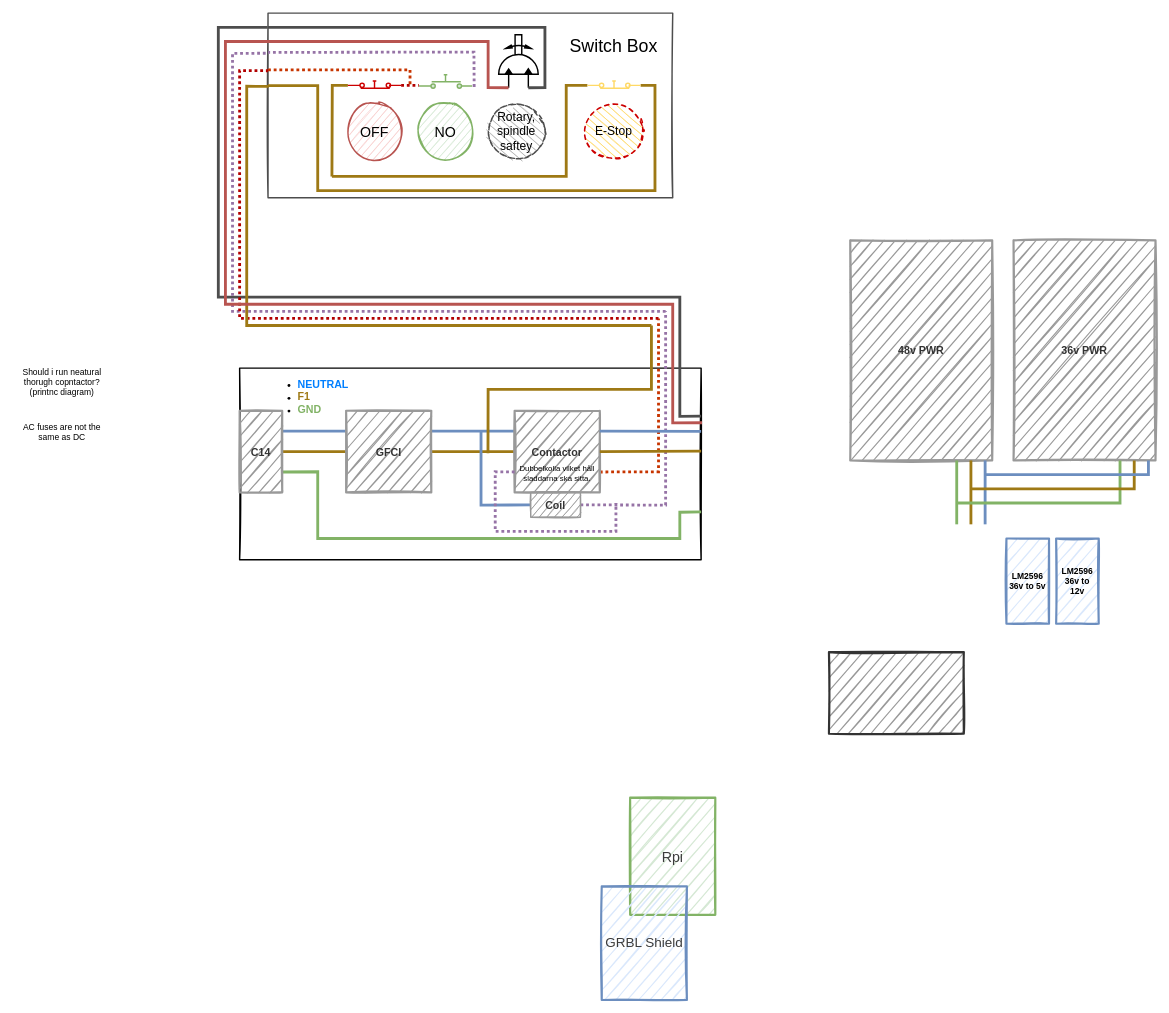
Above: Untitled Diagram.drawio in DoggeBoi/Led_matirx-_clock (draw.io), before the change. Source tidied: cells renumbered, new cells numbered last; positions are measured from the earlier drawing's top-left corner, leaving out a move shared by most shapes. Both pictures are drawn from the tidied source at 71%, with x=0, y=0 at pixel (12, 13).
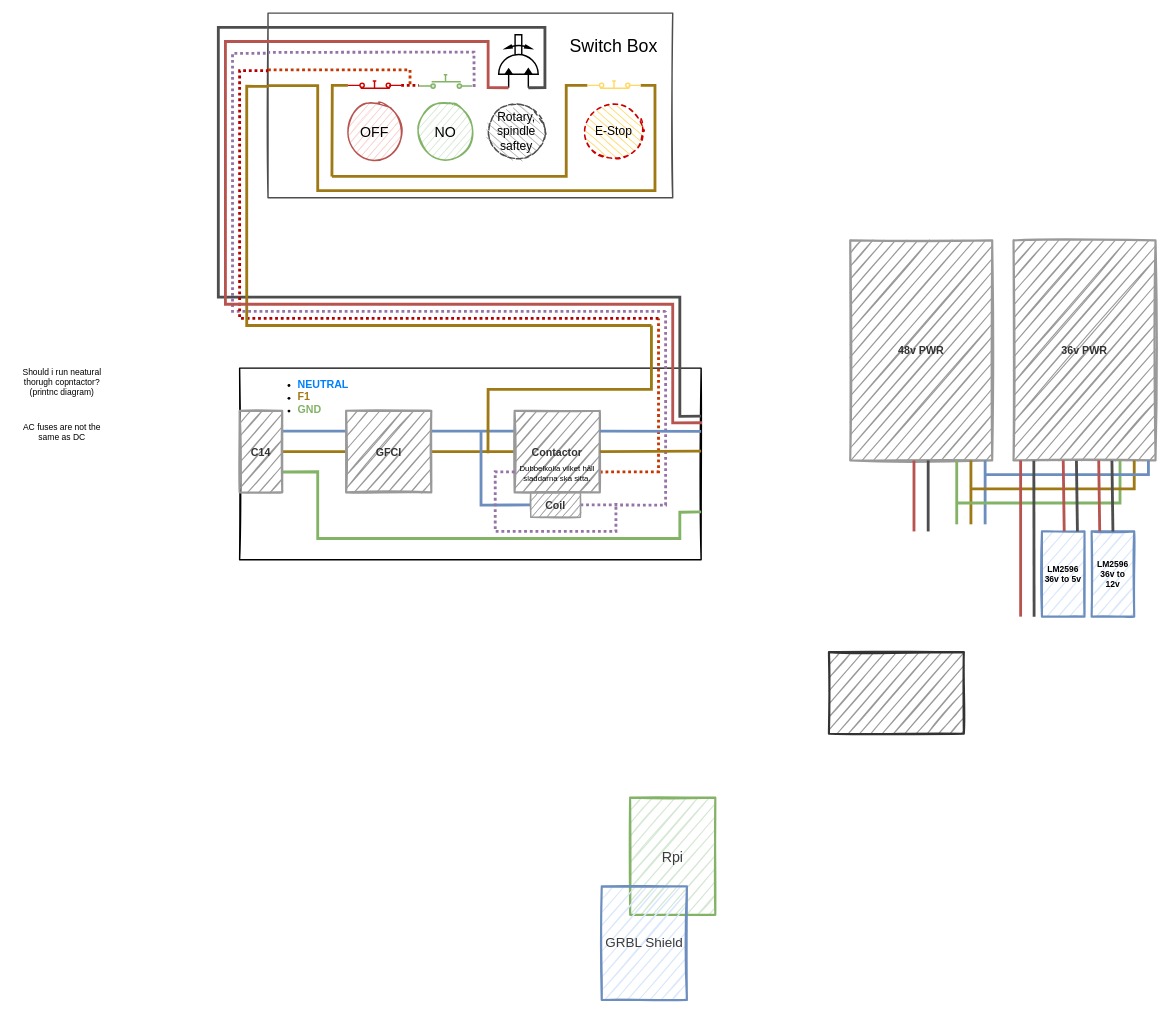
Above is the later version.

The change refers to these unchanged cells:
```xml
<mxCell id="50" value="&lt;span style=&quot;font-size: 15px&quot;&gt;&lt;b&gt;36v PWR&lt;/b&gt;&lt;/span&gt;" style="rounded=0;whiteSpace=wrap;html=1;sketch=1;strokeWidth=3;fontColor=#333333;fillColor=#999999;strokeColor=#999999;perimeterSpacing=0;" parent="1" vertex="1">
  <mxGeometry x="1410" y="320" width="200" height="310" as="geometry" />
</mxCell>
```

What changed in the source:
```diff
@@
     <mxCell id="51" value="&lt;b&gt;LM2596 36v to 12v&lt;/b&gt;" style="rounded=0;whiteSpace=wrap;html=1;sketch=1;strokeWidth=3;fillColor=#dae8fc;strokeColor=#6c8ebf;perimeterSpacing=0;" parent="1" vertex="1">
-      <mxGeometry x="1470" y="740" width="60" height="120" as="geometry" />
+      <mxGeometry x="1520" y="730" width="60" height="120" as="geometry" />
     </mxCell>
     <mxCell id="52" value="&lt;b&gt;LM2596 36v to 5v&lt;/b&gt;" style="rounded=0;whiteSpace=wrap;html=1;sketch=1;strokeWidth=3;fillColor=#dae8fc;strokeColor=#6c8ebf;perimeterSpacing=0;" parent="1" vertex="1">
-      <mxGeometry x="1400" y="740" width="60" height="120" as="geometry" />
+      <mxGeometry x="1450" y="730" width="60" height="120" as="geometry" />
     </mxCell>
@@
+    <mxCell id="59" style="endArrow=none;html=1;strokeColor=#b85450;strokeWidth=4;fillColor=#f8cecc;" parent="1" edge="1">
+      <mxGeometry relative="1" as="geometry">
+        <mxPoint x="1269.8" y="730" as="sourcePoint" />
+        <mxPoint x="1269.8" y="630" as="targetPoint" />
+      </mxGeometry>
+    </mxCell>
+    <mxCell id="60" style="endArrow=none;html=1;strokeWidth=4;fillColor=#f8cecc;strokeColor=#4D4D4D;" parent="1" edge="1">
+      <mxGeometry relative="1" as="geometry">
+        <mxPoint x="1289.8" y="730" as="sourcePoint" />
+        <mxPoint x="1289.8" y="630" as="targetPoint" />
+      </mxGeometry>
+    </mxCell>
+    <mxCell id="61" style="endArrow=none;html=1;strokeColor=#4D4D4D;strokeWidth=4;entryX=0.693;entryY=1.001;entryDx=0;entryDy=0;entryPerimeter=0;" parent="1" edge="1" target="50">
+      <mxGeometry relative="1" as="geometry">
+        <mxPoint x="1550" y="730" as="sourcePoint" />
+      </mxGeometry>
+    </mxCell>
+    <mxCell id="62" style="endArrow=none;html=1;strokeColor=#b85450;strokeWidth=4;entryX=0.693;entryY=1.001;entryDx=0;entryDy=0;entryPerimeter=0;fillColor=#f8cecc;" parent="1" edge="1">
+      <mxGeometry relative="1" as="geometry">
+        <mxPoint x="1531.4" y="729.7" as="sourcePoint" />
+        <mxPoint x="1530" y="630" as="targetPoint" />
+      </mxGeometry>
+    </mxCell>
+    <mxCell id="63" style="endArrow=none;html=1;strokeColor=#4D4D4D;strokeWidth=4;entryX=0.693;entryY=1.001;entryDx=0;entryDy=0;entryPerimeter=0;" parent="1" edge="1">
+      <mxGeometry relative="1" as="geometry">
+        <mxPoint x="1500" y="730" as="sourcePoint" />
+        <mxPoint x="1498.6" y="630.3" as="targetPoint" />
+      </mxGeometry>
+    </mxCell>
+    <mxCell id="64" style="endArrow=none;html=1;strokeColor=#b85450;strokeWidth=4;entryX=0.693;entryY=1.001;entryDx=0;entryDy=0;entryPerimeter=0;fillColor=#f8cecc;" parent="1" edge="1">
+      <mxGeometry relative="1" as="geometry">
+        <mxPoint x="1481.4" y="729.7" as="sourcePoint" />
+        <mxPoint x="1480" y="630" as="targetPoint" />
+      </mxGeometry>
+    </mxCell>
+    <mxCell id="65" style="endArrow=none;html=1;strokeColor=#4D4D4D;strokeWidth=4;entryX=0.693;entryY=1.001;entryDx=0;entryDy=0;entryPerimeter=0;" parent="1" edge="1">
+      <mxGeometry relative="1" as="geometry">
+        <mxPoint x="1439" y="850" as="sourcePoint" />
+        <mxPoint x="1438.6" y="630.3" as="targetPoint" />
+      </mxGeometry>
+    </mxCell>
+    <mxCell id="66" style="endArrow=none;html=1;strokeColor=#b85450;strokeWidth=4;entryX=0.693;entryY=1.001;entryDx=0;entryDy=0;entryPerimeter=0;fillColor=#f8cecc;" parent="1" edge="1">
+      <mxGeometry relative="1" as="geometry">
+        <mxPoint x="1420" y="850" as="sourcePoint" />
+        <mxPoint x="1420" y="630" as="targetPoint" />
+      </mxGeometry>
+    </mxCell>
```
